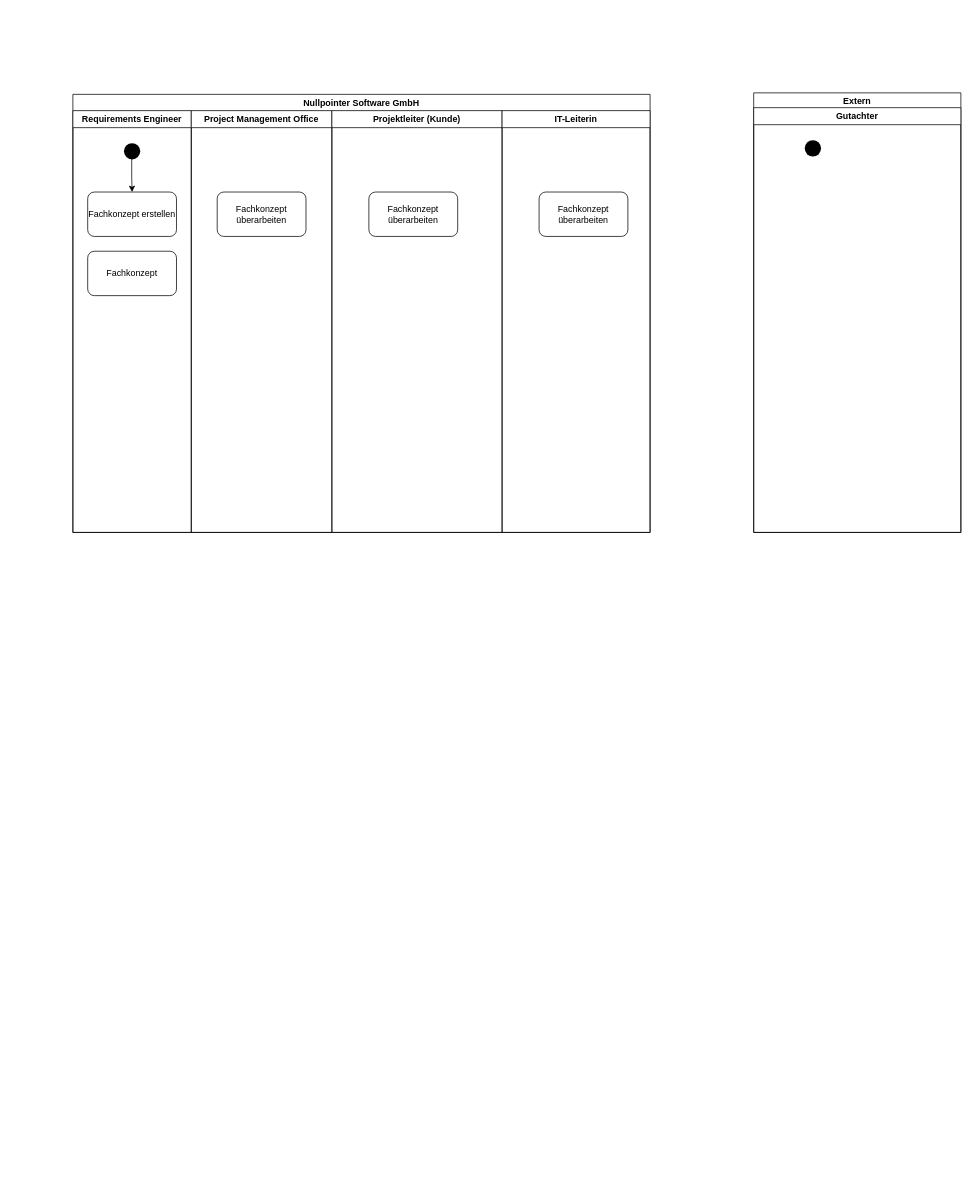
Software-Engineering-Team-HBRS/uebungsaufgaben keeps this draw.io diagram as Uebung2/Aktivitätsdiagramm.drawio. Above is the earlier version. Source tidied: cells renumbered, new cells numbered last; positions are measured from the earlier drawing's top-left corner, leaving out a move shared by most shapes. Both pictures are drawn from the tidied source at 74%, with x=0, y=0 at pixel (73, 92).
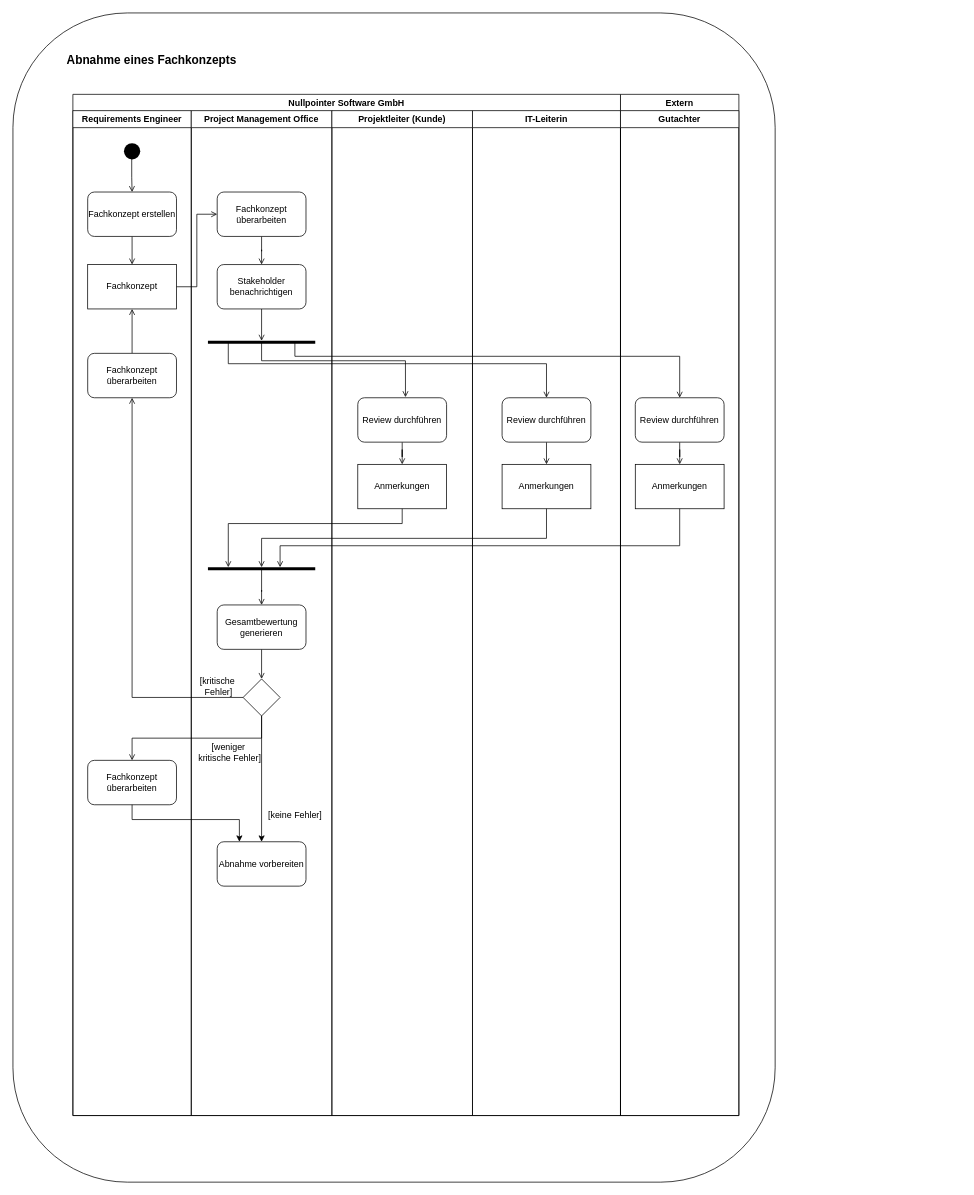
The same page after the edit.

Unchanged cells that the change refers to:
```xml
<mxCell id="5" style="ellipse;shape=startState;fillColor=#000000;strokeColor=none;" parent="3" vertex="1">
  <mxGeometry x="65" y="40" width="30" height="30" as="geometry" />
</mxCell>
<mxCell id="6" value="Fachkonzept erstellen" style="rounded=1;whiteSpace=wrap;html=1;" parent="3" vertex="1">
  <mxGeometry x="20" y="110" width="120" height="60" as="geometry" />
</mxCell>
<mxCell id="9" value="Fachkonzept überarbeiten" style="rounded=1;whiteSpace=wrap;html=1;" parent="8" vertex="1">
  <mxGeometry x="35" y="110" width="120" height="60" as="geometry" />
</mxCell>
```

Change to the diagram source:
```diff
@@
+    <mxCell id="17" style="rounded=1;whiteSpace=wrap;html=1;" parent="1" vertex="1">
+      <mxGeometry x="-81" y="-108" width="1030" height="1580" as="geometry" />
+    </mxCell>
     <mxCell id="2" value="Nullpointer Software GmbH" style="swimlane;whiteSpace=wrap;" parent="1" vertex="1">
-      <mxGeometry y="2" width="780" height="592" as="geometry" />
+      <mxGeometry y="2" width="740" height="1380" as="geometry" />
     </mxCell>
     <mxCell id="3" value="Requirements Engineer" style="swimlane;whiteSpace=wrap;" parent="2" vertex="1">
-      <mxGeometry y="22" width="160" height="570" as="geometry" />
+      <mxGeometry y="22" width="160" height="1358" as="geometry" />
     </mxCell>
-    <mxCell id="4" style="edgeStyle=orthogonalEdgeStyle;rounded=0;jettySize=auto;html=1;exitX=0.483;exitY=0.733;exitDx=0;exitDy=0;exitPerimeter=0;" parent="3" edge="1" source="5" target="6">
+    <mxCell id="4" style="edgeStyle=orthogonalEdgeStyle;rounded=0;jettySize=auto;html=1;exitX=0.483;exitY=0.733;exitDx=0;exitDy=0;exitPerimeter=0;endArrow=open;endFill=0;" parent="3" edge="1" source="5" target="6">
       <mxGeometry relative="1" as="geometry" />
     </mxCell>
@@
+    <mxCell id="18" style="edgeStyle=orthogonalEdgeStyle;rounded=0;jettySize=auto;html=1;exitX=0.5;exitY=1;exitDx=0;exitDy=0;entryX=0.5;entryY=0;entryDx=0;entryDy=0;endArrow=open;endFill=0;" parent="3" edge="1" source="6" target="7">
+      <mxGeometry relative="1" as="geometry" />
+    </mxCell>
@@
-    <mxCell id="7" value="Fachkonzept" style="rounded=1;whiteSpace=wrap;html=1;" parent="3" vertex="1">
-      <mxGeometry x="20" y="190" width="120" height="60" as="geometry" />
+    <mxCell id="7" value="Fachkonzept" style="rounded=0;whiteSpace=wrap;html=1;" parent="3" vertex="1">
+      <mxGeometry x="20" y="208" width="120" height="60" as="geometry" />
     </mxCell>
+    <mxCell id="19" style="edgeStyle=orthogonalEdgeStyle;rounded=0;jettySize=auto;html=1;entryX=0.5;entryY=1;entryDx=0;entryDy=0;endArrow=open;endFill=0;" parent="3" edge="1" source="20" target="7">
+      <mxGeometry relative="1" as="geometry" />
+    </mxCell>
+    <mxCell id="20" value="Fachkonzept überarbeiten" style="rounded=1;whiteSpace=wrap;html=1;" parent="3" vertex="1">
+      <mxGeometry x="20" y="328" width="120" height="60" as="geometry" />
+    </mxCell>
+    <mxCell id="21" value="Fachkonzept überarbeiten" style="rounded=1;whiteSpace=wrap;html=1;" parent="3" vertex="1">
+      <mxGeometry x="20" y="878" width="120" height="60" as="geometry" />
+    </mxCell>
     <mxCell id="8" value="Project Management Office" style="swimlane;whiteSpace=wrap;" parent="2" vertex="1">
-      <mxGeometry x="160" y="22" width="190" height="570" as="geometry" />
+      <mxGeometry x="160" y="22" width="190" height="1358" as="geometry" />
     </mxCell>
+    <mxCell id="22" style="edgeStyle=orthogonalEdgeStyle;rounded=0;jettySize=auto;html=1;entryX=0.5;entryY=0;entryDx=0;entryDy=0;endArrow=open;endFill=0;" parent="8" edge="1" source="9" target="24">
+      <mxGeometry relative="1" as="geometry" />
+    </mxCell>
@@
+    <mxCell id="23" style="edgeStyle=orthogonalEdgeStyle;rounded=0;jettySize=auto;html=1;endArrow=open;endFill=0;" parent="8" edge="1" source="24" target="25">
+      <mxGeometry relative="1" as="geometry" />
+    </mxCell>
+    <mxCell id="24" value="Stakeholder benachrichtigen" style="rounded=1;whiteSpace=wrap;html=1;" parent="8" vertex="1">
+      <mxGeometry x="35" y="208" width="120" height="60" as="geometry" />
+    </mxCell>
+    <mxCell id="25" style="line;strokeWidth=4;html=1;perimeter=backbonePerimeter;points=[];outlineConnect=0;" parent="8" vertex="1">
+      <mxGeometry x="22.5" y="308" width="145" height="10" as="geometry" />
+    </mxCell>
+    <mxCell id="26" style="edgeStyle=orthogonalEdgeStyle;rounded=0;jettySize=auto;html=1;endArrow=open;endFill=0;" parent="8" edge="1" source="27" target="29">
+      <mxGeometry relative="1" as="geometry" />
+    </mxCell>
+    <mxCell id="27" style="line;strokeWidth=4;html=1;perimeter=backbonePerimeter;points=[];outlineConnect=0;" parent="8" vertex="1">
+      <mxGeometry x="22.5" y="608" width="145" height="22" as="geometry" />
+    </mxCell>
+    <mxCell id="28" style="edgeStyle=orthogonalEdgeStyle;rounded=0;jettySize=auto;html=1;entryX=0.5;entryY=0;entryDx=0;entryDy=0;endArrow=open;endFill=0;" parent="8" edge="1" source="29" target="31">
+      <mxGeometry relative="1" as="geometry" />
+    </mxCell>
+    <mxCell id="29" value="Gesamtbewertung generieren" style="rounded=1;whiteSpace=wrap;html=1;" parent="8" vertex="1">
+      <mxGeometry x="35" y="668" width="120" height="60" as="geometry" />
+    </mxCell>
+    <mxCell id="30" style="edgeStyle=orthogonalEdgeStyle;rounded=0;jettySize=auto;html=1;" parent="8" edge="1" source="31" target="34">
+      <mxGeometry relative="1" as="geometry" />
+    </mxCell>
+    <mxCell id="31" style="rhombus;whiteSpace=wrap;html=1;" parent="8" vertex="1">
+      <mxGeometry x="70" y="768" width="50" height="50" as="geometry" />
+    </mxCell>
+    <mxCell id="32" value="[kritische&lt;div&gt;&amp;nbsp;Fehler]&lt;/div&gt;" style="text;html=1;align=center;verticalAlign=middle;strokeColor=none;fillColor=none;" parent="8" vertex="1">
+      <mxGeometry y="758" width="70" height="40" as="geometry" />
+    </mxCell>
+    <mxCell id="33" value="[weniger&lt;div&gt;&amp;nbsp;kritische&amp;nbsp;&lt;span style=&quot;background-color: transparent; color: light-dark(rgb(0, 0, 0), rgb(255, 255, 255));&quot;&gt;Fehler]&lt;/span&gt;&lt;/div&gt;" style="text;html=1;align=center;verticalAlign=middle;strokeColor=none;fillColor=none;" parent="8" vertex="1">
+      <mxGeometry x="-5" y="848" width="110" height="40" as="geometry" />
+    </mxCell>
+    <mxCell id="34" value="Abnahme vorbereiten" style="rounded=1;whiteSpace=wrap;html=1;" parent="8" vertex="1">
+      <mxGeometry x="35" y="988" width="120" height="60" as="geometry" />
+    </mxCell>
+    <mxCell id="35" value="[keine Fehler&lt;span style=&quot;background-color: transparent; color: light-dark(rgb(0, 0, 0), rgb(255, 255, 255));&quot;&gt;]&lt;/span&gt;" style="text;html=1;align=center;verticalAlign=middle;strokeColor=none;fillColor=none;" parent="8" vertex="1">
+      <mxGeometry x="90" y="938" width="100" height="30" as="geometry" />
+    </mxCell>
     <mxCell id="10" value="Projektleiter (Kunde)" style="swimlane;whiteSpace=wrap;startSize=23;" parent="2" vertex="1">
-      <mxGeometry x="350" y="22" width="230" height="570" as="geometry" />
+      <mxGeometry x="350" y="22" width="190" height="1358" as="geometry" />
     </mxCell>
-    <mxCell id="11" value="Fachkonzept überarbeiten" style="rounded=1;whiteSpace=wrap;html=1;" parent="10" vertex="1">
-      <mxGeometry x="50" y="110" width="120" height="60" as="geometry" />
-    </mxCell>
+    <mxCell id="36" style="edgeStyle=orthogonalEdgeStyle;rounded=0;jettySize=auto;html=1;entryX=0.5;entryY=0;entryDx=0;entryDy=0;endArrow=open;endFill=0;" parent="10" edge="1" source="37" target="38">
+      <mxGeometry relative="1" as="geometry" />
+    </mxCell>
+    <mxCell id="37" value="Review durchführen" style="rounded=1;whiteSpace=wrap;html=1;" parent="10" vertex="1">
+      <mxGeometry x="35" y="388" width="120" height="60" as="geometry" />
+    </mxCell>
+    <mxCell id="38" value="Anmerkungen" style="rounded=0;whiteSpace=wrap;html=1;" parent="10" vertex="1">
+      <mxGeometry x="35" y="478" width="120" height="60" as="geometry" />
+    </mxCell>
     <mxCell id="12" value="IT-Leiterin" style="swimlane;whiteSpace=wrap;startSize=23;" parent="2" vertex="1">
-      <mxGeometry x="580" y="22" width="200" height="570" as="geometry" />
+      <mxGeometry x="540" y="22" width="200" height="1358" as="geometry" />
     </mxCell>
-    <mxCell id="13" value="Fachkonzept überarbeiten" style="rounded=1;whiteSpace=wrap;html=1;" parent="12" vertex="1">
-      <mxGeometry x="50" y="110" width="120" height="60" as="geometry" />
-    </mxCell>
+    <mxCell id="39" style="edgeStyle=orthogonalEdgeStyle;rounded=0;jettySize=auto;html=1;exitX=0.5;exitY=1;exitDx=0;exitDy=0;entryX=0.5;entryY=0;entryDx=0;entryDy=0;endArrow=open;endFill=0;" parent="12" edge="1" source="40" target="41">
+      <mxGeometry relative="1" as="geometry" />
+    </mxCell>
+    <mxCell id="40" value="Review durchführen" style="rounded=1;whiteSpace=wrap;html=1;" parent="12" vertex="1">
+      <mxGeometry x="40" y="388" width="120" height="60" as="geometry" />
+    </mxCell>
+    <mxCell id="41" value="Anmerkungen" style="rounded=0;whiteSpace=wrap;html=1;" parent="12" vertex="1">
+      <mxGeometry x="40" y="478" width="120" height="60" as="geometry" />
+    </mxCell>
+    <mxCell id="42" style="edgeStyle=orthogonalEdgeStyle;rounded=0;jettySize=auto;html=1;entryX=0;entryY=0.5;entryDx=0;entryDy=0;endArrow=open;endFill=0;" parent="2" edge="1" source="7" target="9">
+      <mxGeometry relative="1" as="geometry" />
+    </mxCell>
+    <mxCell id="43" style="edgeStyle=orthogonalEdgeStyle;rounded=0;jettySize=auto;html=1;endArrow=open;endFill=0;entryX=0.537;entryY=-0.013;entryDx=0;entryDy=0;entryPerimeter=0;" parent="2" edge="1" source="25" target="37">
+      <mxGeometry relative="1" as="geometry">
+        <Array as="points">
+          <mxPoint x="255" y="360" />
+          <mxPoint x="449" y="360" />
+          <mxPoint x="449" y="409" />
+        </Array>
+      </mxGeometry>
+    </mxCell>
+    <mxCell id="44" style="edgeStyle=orthogonalEdgeStyle;rounded=0;jettySize=auto;html=1;endArrow=open;endFill=0;entryX=0.5;entryY=0;entryDx=0;entryDy=0;" parent="2" edge="1" source="25" target="40">
+      <mxGeometry relative="1" as="geometry">
+        <Array as="points">
+          <mxPoint x="210" y="364" />
+          <mxPoint x="640" y="364" />
+        </Array>
+      </mxGeometry>
+    </mxCell>
+    <mxCell id="45" style="edgeStyle=orthogonalEdgeStyle;rounded=0;jettySize=auto;html=1;endArrow=open;endFill=0;" parent="2" edge="1" source="38" target="27">
+      <mxGeometry relative="1" as="geometry">
+        <Array as="points">
+          <mxPoint x="445" y="580" />
+          <mxPoint x="210" y="580" />
+        </Array>
+      </mxGeometry>
+    </mxCell>
+    <mxCell id="46" style="edgeStyle=orthogonalEdgeStyle;rounded=0;jettySize=auto;html=1;endArrow=open;endFill=0;" parent="2" edge="1" source="41" target="27">
+      <mxGeometry relative="1" as="geometry">
+        <Array as="points">
+          <mxPoint x="640" y="600" />
+          <mxPoint x="255" y="600" />
+        </Array>
+      </mxGeometry>
+    </mxCell>
+    <mxCell id="47" style="edgeStyle=orthogonalEdgeStyle;rounded=0;jettySize=auto;html=1;entryX=0.5;entryY=1;entryDx=0;entryDy=0;endArrow=open;endFill=0;" parent="2" edge="1" source="31" target="20">
+      <mxGeometry relative="1" as="geometry" />
+    </mxCell>
+    <mxCell id="48" style="edgeStyle=orthogonalEdgeStyle;rounded=0;jettySize=auto;html=1;exitX=0.5;exitY=1;exitDx=0;exitDy=0;entryX=0.5;entryY=0;entryDx=0;entryDy=0;endArrow=open;endFill=0;" parent="2" edge="1" source="31" target="21">
+      <mxGeometry relative="1" as="geometry" />
+    </mxCell>
+    <mxCell id="49" style="edgeStyle=orthogonalEdgeStyle;rounded=0;jettySize=auto;html=1;entryX=0.25;entryY=0;entryDx=0;entryDy=0;" parent="2" edge="1" source="21" target="34">
+      <mxGeometry relative="1" as="geometry">
+        <Array as="points">
+          <mxPoint x="80" y="980" />
+          <mxPoint x="225" y="980" />
+        </Array>
+      </mxGeometry>
+    </mxCell>
     <mxCell id="14" value="Extern" style="swimlane;whiteSpace=wrap;" parent="1" vertex="1">
-      <mxGeometry x="920" width="280" height="594" as="geometry" />
+      <mxGeometry x="740" y="2" width="160" height="1380" as="geometry" />
     </mxCell>
-    <mxCell id="15" value="Gutachter" style="swimlane;whiteSpace=wrap;" parent="14" vertex="1">
-      <mxGeometry y="20" width="280" height="574" as="geometry" />
+    <mxCell id="15" value="Gutachter" style="swimlane;whiteSpace=wrap;startSize=23;" parent="14" vertex="1">
+      <mxGeometry y="22" width="160" height="1358" as="geometry" />
     </mxCell>
-    <mxCell id="16" style="ellipse;shape=startState;fillColor=#000000;strokeColor=none;" parent="15" vertex="1">
-      <mxGeometry x="65" y="40" width="30" height="30" as="geometry" />
-    </mxCell>
+    <mxCell id="50" style="edgeStyle=orthogonalEdgeStyle;rounded=0;jettySize=auto;html=1;exitX=0.5;exitY=1;exitDx=0;exitDy=0;endArrow=open;endFill=0;" parent="15" edge="1" source="51" target="52">
+      <mxGeometry relative="1" as="geometry" />
+    </mxCell>
+    <mxCell id="51" value="Review durchführen" style="rounded=1;whiteSpace=wrap;html=1;" parent="15" vertex="1">
+      <mxGeometry x="20" y="388" width="120" height="60" as="geometry" />
+    </mxCell>
+    <mxCell id="52" value="Anmerkungen" style="rounded=0;whiteSpace=wrap;html=1;" parent="15" vertex="1">
+      <mxGeometry x="20" y="478" width="120" height="60" as="geometry" />
+    </mxCell>
+    <mxCell id="53" style="edgeStyle=orthogonalEdgeStyle;rounded=0;jettySize=auto;html=1;endArrow=open;endFill=0;" parent="1" edge="1" source="25" target="51">
+      <mxGeometry relative="1" as="geometry">
+        <Array as="points">
+          <mxPoint x="300" y="356" />
+          <mxPoint x="820" y="356" />
+        </Array>
+      </mxGeometry>
+    </mxCell>
+    <mxCell id="54" style="edgeStyle=orthogonalEdgeStyle;rounded=0;jettySize=auto;html=1;exitX=0.5;exitY=1;exitDx=0;exitDy=0;endArrow=open;endFill=0;" parent="1" edge="1" source="52" target="27">
+      <mxGeometry relative="1" as="geometry">
+        <Array as="points">
+          <mxPoint x="820" y="612" />
+          <mxPoint x="280" y="612" />
+        </Array>
+      </mxGeometry>
+    </mxCell>
+    <mxCell id="55" value="&lt;h1 style=&quot;margin-top: 0px;&quot;&gt;&lt;font style=&quot;font-size: 16px;&quot;&gt;Abnahme eines Fachkonzepts&lt;/font&gt;&lt;/h1&gt;" style="text;html=1;whiteSpace=wrap;overflow=hidden;rounded=0;" parent="1" vertex="1">
+      <mxGeometry x="-10" y="-68" width="240" height="40" as="geometry" />
+    </mxCell>
```
